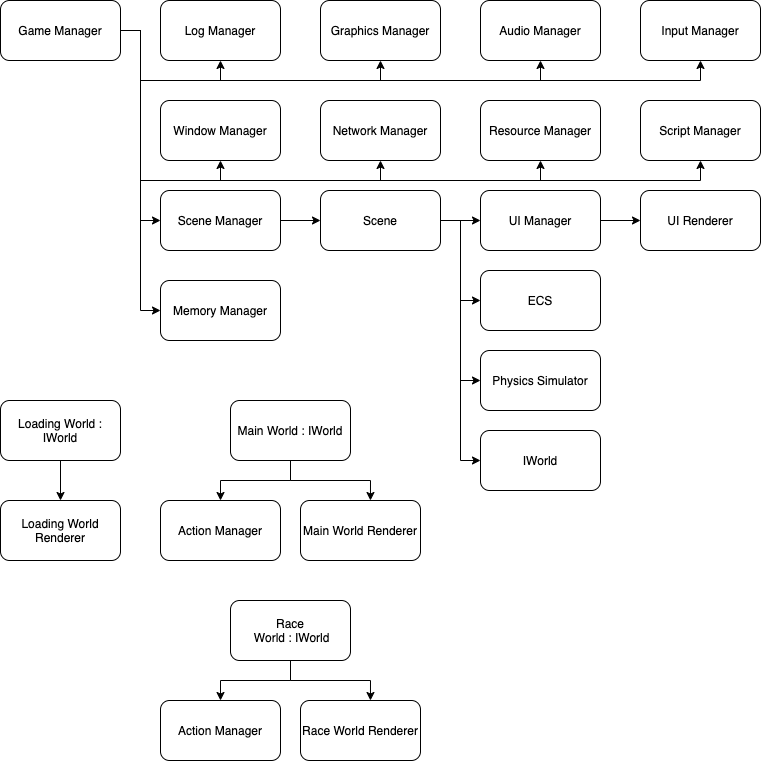
snowmeltarcade/projectbirdracing keeps this draw.io diagram as documentation/technical_architecture/images/client_class_structure_overview.drawio.png. Above is the earlier version. Source tidied: cells renumbered, new cells last; positions are measured from the earlier drawing's top-left corner, leaving out a move shared by most shapes.
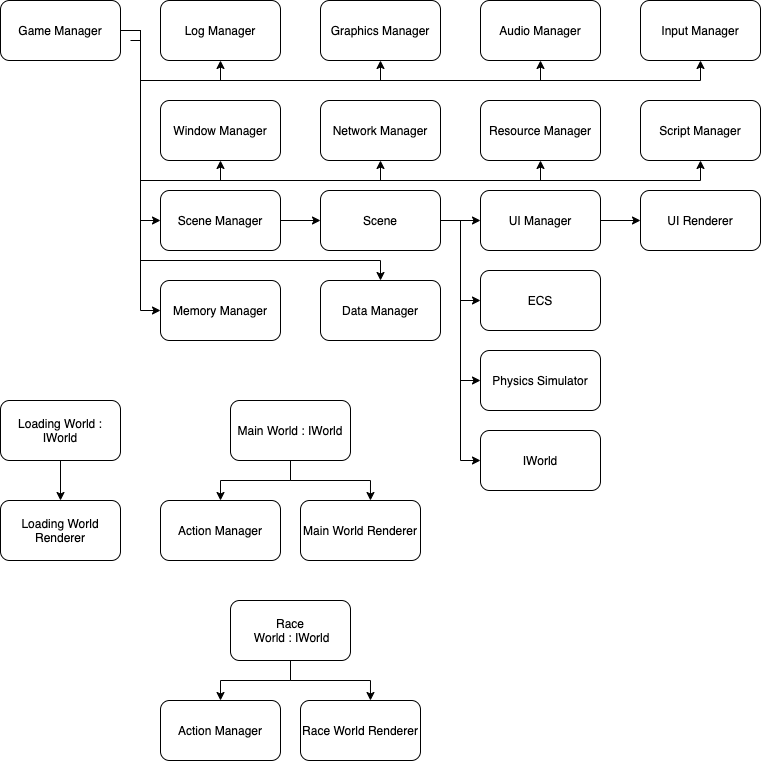
After the commit.

Commit message:
Add description of the data manager.

Change to the diagram source:
```diff
@@ -176,5 +176,18 @@
     <mxCell id="47" value="Memory Manager" style="rounded=1;whiteSpace=wrap;html=1;" parent="1" vertex="1">
       <mxGeometry x="160" y="280" width="120" height="60" as="geometry" />
     </mxCell>
+    <mxCell id="48" value="Data Manager" style="rounded=1;whiteSpace=wrap;html=1;" parent="1" vertex="1">
+      <mxGeometry x="320" y="280" width="120" height="60" as="geometry" />
+    </mxCell>
+    <mxCell id="49" style="edgeStyle=orthogonalEdgeStyle;rounded=0;jettySize=auto;html=1;exitX=1;exitY=0.5;exitDx=0;exitDy=0;" parent="1" edge="1" target="48">
+      <mxGeometry relative="1" as="geometry">
+        <mxPoint x="130" y="40" as="sourcePoint" />
+        <Array as="points">
+          <mxPoint x="140" y="40" />
+          <mxPoint x="140" y="260" />
+          <mxPoint x="380" y="260" />
+        </Array>
+      </mxGeometry>
+    </mxCell>
   </root>
 </mxGraphModel>
```
